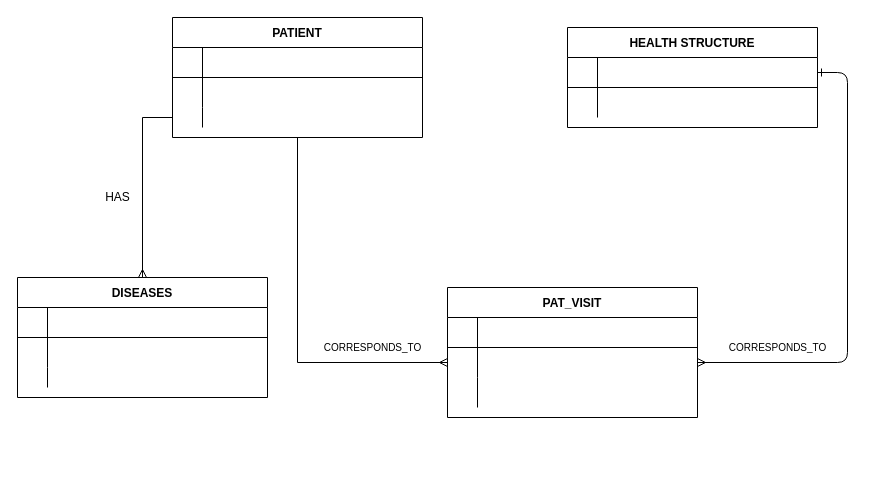
AndreasPatsimas/advent-of-code keeps this draw.io diagram as exercise.drawio. Above is the earlier version. Source tidied: cells renumbered, new cells numbered last; positions are measured from the earlier drawing's top-left corner, leaving out a move shared by most shapes. Both pictures are drawn from the tidied source at 100%, with x=0, y=0 at pixel (17, 17).
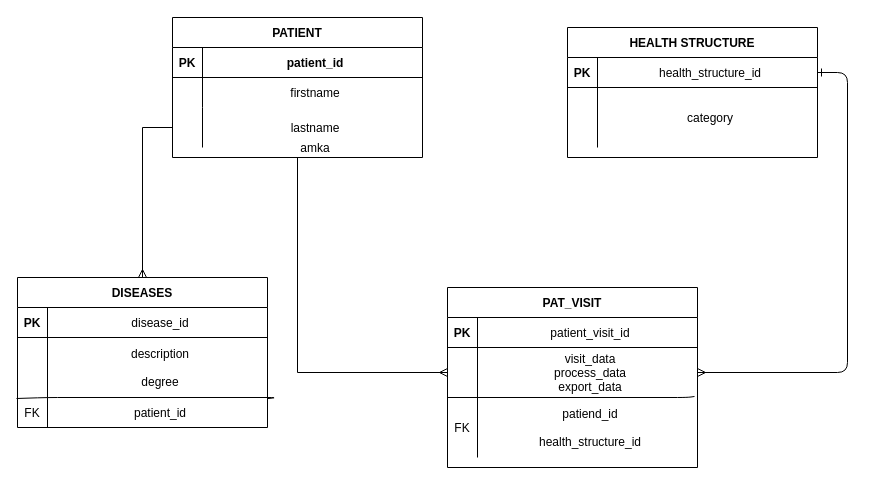
The same page after the edit.

Unchanged cells that the change refers to:
```xml
<mxCell id="4" style="shape=partialRectangle;fillColor=none;top=0;left=0;right=0;bottom=1;" parent="3" vertex="1">
  <mxGeometry y="30" width="250" height="30" as="geometry" />
</mxCell>
<mxCell id="15" style="shape=partialRectangle;fillColor=none;top=0;left=0;right=0;bottom=1;" parent="14" vertex="1">
  <mxGeometry y="30" width="250" height="30" as="geometry" />
</mxCell>
<mxCell id="18" style="shape=partialRectangle;fillColor=none;top=0;left=0;right=0;bottom=0;" parent="14" vertex="1">
  <mxGeometry y="60" width="250" height="30" as="geometry" />
</mxCell>
<mxCell id="25" style="shape=partialRectangle;fillColor=none;points=[[0,0.5],[1,0.5]];portConstraint=eastwest;top=0;left=0;right=0;bottom=1;" parent="24" vertex="1">
  <mxGeometry y="30" width="250" height="30" as="geometry" />
</mxCell>
<mxCell id="32" style="shape=partialRectangle;fillColor=none;top=0;left=0;right=0;bottom=1;" parent="31" vertex="1">
  <mxGeometry y="30" width="250" height="30" as="geometry" />
</mxCell>
```

The edit, as a diff of the source:
```diff
@@
     <mxCell id="3" value="PAT_VISIT" style="shape=table;startSize=30;childLayout=tableLayout;rowLines=0;fontStyle=1;align=center;" parent="1" vertex="1">
-      <mxGeometry x="430" y="270" width="250" height="130" as="geometry" />
+      <mxGeometry x="430" y="270" width="250" height="180" as="geometry" />
     </mxCell>
@@
-    <mxCell id="5" style="shape=partialRectangle;overflow=hidden;fillColor=none;top=0;left=0;bottom=0;right=0;fontStyle=1;" parent="4" vertex="1">
+    <mxCell id="5" value="PK" style="shape=partialRectangle;overflow=hidden;fillColor=none;top=0;left=0;bottom=0;right=0;fontStyle=1;" parent="4" vertex="1">
       <mxGeometry width="30" height="30" as="geometry" />
     </mxCell>
-    <mxCell id="6" style="shape=partialRectangle;overflow=hidden;fillColor=none;top=0;left=0;bottom=0;right=0;align=left;spacingLeft=6;fontStyle=5;" parent="4" vertex="1">
+    <mxCell id="6" value="patient_visit_id" style="shape=partialRectangle;overflow=hidden;fillColor=none;top=0;left=0;bottom=0;right=0;align=center;spacingLeft=6;fontStyle=0;" parent="4" vertex="1">
       <mxGeometry x="30" width="220" height="30" as="geometry" />
     </mxCell>
     <mxCell id="7" style="shape=partialRectangle;fillColor=none;points=[[0,0.5],[1,0.5]];portConstraint=eastwest;top=0;left=0;right=0;bottom=0;" parent="3" vertex="1">
-      <mxGeometry y="60" width="250" height="30" as="geometry" />
+      <mxGeometry y="60" width="250" height="50" as="geometry" />
     </mxCell>
     <mxCell id="8" style="shape=partialRectangle;overflow=hidden;fillColor=none;top=0;left=0;bottom=0;right=0;" parent="7" vertex="1">
-      <mxGeometry width="30" height="30" as="geometry" />
+      <mxGeometry width="30" height="50" as="geometry" />
     </mxCell>
-    <mxCell id="9" style="shape=partialRectangle;overflow=hidden;fillColor=none;top=0;left=0;bottom=0;right=0;align=left;spacingLeft=6;" parent="7" vertex="1">
-      <mxGeometry x="30" width="220" height="30" as="geometry" />
+    <mxCell id="9" value="visit_data&#10;process_data&#10;export_data" style="shape=partialRectangle;overflow=hidden;fillColor=none;top=0;left=0;bottom=0;right=0;align=center;spacingLeft=6;" parent="7" vertex="1">
+      <mxGeometry x="30" width="220" height="50" as="geometry" />
     </mxCell>
     <mxCell id="10" style="shape=partialRectangle;fillColor=none;points=[[0,0.5],[1,0.5]];portConstraint=eastwest;top=0;left=0;right=0;bottom=0;" parent="3" vertex="1">
-      <mxGeometry y="90" width="250" height="30" as="geometry" />
+      <mxGeometry y="110" width="250" height="60" as="geometry" />
     </mxCell>
-    <mxCell id="11" style="shape=partialRectangle;overflow=hidden;fillColor=none;top=0;left=0;bottom=0;right=0;" parent="10" vertex="1">
-      <mxGeometry width="30" height="30" as="geometry" />
+    <mxCell id="11" value="FK" style="shape=partialRectangle;overflow=hidden;fillColor=none;top=0;left=0;bottom=0;right=0;" parent="10" vertex="1">
+      <mxGeometry width="30" height="60" as="geometry" />
     </mxCell>
-    <mxCell id="12" style="shape=partialRectangle;overflow=hidden;fillColor=none;top=0;left=0;bottom=0;right=0;align=left;spacingLeft=6;" parent="10" vertex="1">
-      <mxGeometry x="30" width="220" height="30" as="geometry" />
+    <mxCell id="12" value="patiend_id&#10;&#10;health_structure_id" style="shape=partialRectangle;overflow=hidden;fillColor=none;top=0;left=0;bottom=0;right=0;align=center;spacingLeft=6;" parent="10" vertex="1">
+      <mxGeometry x="30" width="220" height="60" as="geometry" />
     </mxCell>
@@
     <mxCell id="14" value="PATIENT" style="shape=table;startSize=30;childLayout=tableLayout;rowLines=0;fontStyle=1;align=center;" parent="1" vertex="1">
-      <mxGeometry x="155" width="250" height="120" as="geometry" />
+      <mxGeometry x="155" width="250" height="140" as="geometry" />
     </mxCell>
@@
-    <mxCell id="16" style="shape=partialRectangle;overflow=hidden;fillColor=none;top=0;left=0;bottom=0;right=0;fontStyle=1;" parent="15" vertex="1">
+    <mxCell id="16" value="PK" style="shape=partialRectangle;overflow=hidden;fillColor=none;top=0;left=0;bottom=0;right=0;fontStyle=1;" parent="15" vertex="1">
       <mxGeometry width="30" height="30" as="geometry" />
     </mxCell>
-    <mxCell id="17" style="shape=partialRectangle;overflow=hidden;fillColor=none;top=0;left=0;bottom=0;right=0;align=left;spacingLeft=6;fontStyle=5;" parent="15" vertex="1">
+    <mxCell id="17" value="patient_id" style="shape=partialRectangle;overflow=hidden;fillColor=none;top=0;left=0;bottom=0;right=0;align=center;spacingLeft=6;fontStyle=1;" parent="15" vertex="1">
       <mxGeometry x="30" width="220" height="30" as="geometry" />
     </mxCell>
@@
-    <mxCell id="20" style="shape=partialRectangle;overflow=hidden;fillColor=none;top=0;left=0;bottom=0;right=0;align=left;spacingLeft=6;" parent="18" vertex="1">
+    <mxCell id="20" value="firstname" style="shape=partialRectangle;overflow=hidden;fillColor=none;top=0;left=0;bottom=0;right=0;align=center;spacingLeft=6;" parent="18" vertex="1">
       <mxGeometry x="30" width="220" height="30" as="geometry" />
     </mxCell>
     <mxCell id="21" style="shape=partialRectangle;fillColor=none;points=[[0,0.5],[1,0.5]];portConstraint=eastwest;top=0;left=0;right=0;bottom=0;" parent="14" vertex="1">
-      <mxGeometry y="90" width="250" height="20" as="geometry" />
+      <mxGeometry y="90" width="250" height="40" as="geometry" />
     </mxCell>
     <mxCell id="22" style="shape=partialRectangle;overflow=hidden;fillColor=none;top=0;left=0;bottom=0;right=0;" parent="21" vertex="1">
-      <mxGeometry width="30" height="20" as="geometry" />
+      <mxGeometry width="30" height="40" as="geometry" />
     </mxCell>
-    <mxCell id="23" style="shape=partialRectangle;overflow=hidden;fillColor=none;top=0;left=0;bottom=0;right=0;align=left;spacingLeft=6;" parent="21" vertex="1">
-      <mxGeometry x="30" width="220" height="20" as="geometry" />
+    <mxCell id="23" value="lastname" style="shape=partialRectangle;overflow=hidden;fillColor=none;top=0;left=0;bottom=0;right=0;align=center;spacingLeft=6;" parent="21" vertex="1">
+      <mxGeometry x="30" width="220" height="40" as="geometry" />
     </mxCell>
     <mxCell id="24" value="HEALTH STRUCTURE" style="shape=table;startSize=30;childLayout=tableLayout;rowLines=0;fontStyle=1;align=center;" parent="1" vertex="1">
-      <mxGeometry x="550" y="10" width="250" height="100" as="geometry" />
+      <mxGeometry x="550" y="10" width="250" height="130" as="geometry" />
     </mxCell>
@@
-    <mxCell id="26" style="shape=partialRectangle;overflow=hidden;fillColor=none;top=0;left=0;bottom=0;right=0;fontStyle=1;" parent="25" vertex="1">
+    <mxCell id="26" value="PK" style="shape=partialRectangle;overflow=hidden;fillColor=none;top=0;left=0;bottom=0;right=0;fontStyle=1;" parent="25" vertex="1">
       <mxGeometry width="30" height="30" as="geometry" />
     </mxCell>
-    <mxCell id="27" style="shape=partialRectangle;overflow=hidden;fillColor=none;top=0;left=0;bottom=0;right=0;align=left;spacingLeft=6;fontStyle=5;" parent="25" vertex="1">
+    <mxCell id="27" value="health_structure_id" style="shape=partialRectangle;overflow=hidden;fillColor=none;top=0;left=0;bottom=0;right=0;align=center;spacingLeft=6;fontStyle=0;" parent="25" vertex="1">
       <mxGeometry x="30" width="220" height="30" as="geometry" />
     </mxCell>
     <mxCell id="28" style="shape=partialRectangle;fillColor=none;top=0;left=0;right=0;bottom=0;" parent="24" vertex="1">
-      <mxGeometry y="60" width="250" height="30" as="geometry" />
+      <mxGeometry y="60" width="250" height="60" as="geometry" />
     </mxCell>
     <mxCell id="29" style="shape=partialRectangle;overflow=hidden;fillColor=none;top=0;left=0;bottom=0;right=0;" parent="28" vertex="1">
-      <mxGeometry width="30" height="30" as="geometry" />
+      <mxGeometry width="30" height="60" as="geometry" />
     </mxCell>
-    <mxCell id="30" style="shape=partialRectangle;overflow=hidden;fillColor=none;top=0;left=0;bottom=0;right=0;align=left;spacingLeft=6;" parent="28" vertex="1">
-      <mxGeometry x="30" width="220" height="30" as="geometry" />
+    <mxCell id="30" value="category" style="shape=partialRectangle;overflow=hidden;fillColor=none;top=0;left=0;bottom=0;right=0;align=center;spacingLeft=6;" parent="28" vertex="1">
+      <mxGeometry x="30" width="220" height="60" as="geometry" />
     </mxCell>
     <mxCell id="31" value="DISEASES" style="shape=table;startSize=30;childLayout=tableLayout;rowLines=0;fontStyle=1;align=center;" parent="1" vertex="1">
-      <mxGeometry y="260" width="250" height="120" as="geometry" />
+      <mxGeometry y="260" width="250" height="150" as="geometry" />
     </mxCell>
@@
-    <mxCell id="33" style="shape=partialRectangle;overflow=hidden;fillColor=none;top=0;left=0;bottom=0;right=0;fontStyle=1;" parent="32" vertex="1">
+    <mxCell id="33" value="PK" style="shape=partialRectangle;overflow=hidden;fillColor=none;top=0;left=0;bottom=0;right=0;fontStyle=1;" parent="32" vertex="1">
       <mxGeometry width="30" height="30" as="geometry" />
     </mxCell>
-    <mxCell id="34" style="shape=partialRectangle;overflow=hidden;fillColor=none;top=0;left=0;bottom=0;right=0;align=left;spacingLeft=6;fontStyle=5;" parent="32" vertex="1">
+    <mxCell id="34" value="disease_id" style="shape=partialRectangle;overflow=hidden;fillColor=none;top=0;left=0;bottom=0;right=0;align=center;spacingLeft=6;fontStyle=0;" parent="32" vertex="1">
       <mxGeometry x="30" width="220" height="30" as="geometry" />
     </mxCell>
     <mxCell id="35" style="shape=partialRectangle;fillColor=none;top=0;left=0;right=0;bottom=0;" parent="31" vertex="1">
-      <mxGeometry y="60" width="250" height="30" as="geometry" />
+      <mxGeometry y="60" width="250" height="60" as="geometry" />
     </mxCell>
     <mxCell id="36" style="shape=partialRectangle;overflow=hidden;fillColor=none;top=0;left=0;bottom=0;right=0;" parent="35" vertex="1">
-      <mxGeometry width="30" height="30" as="geometry" />
+      <mxGeometry width="30" height="60" as="geometry" />
     </mxCell>
-    <mxCell id="37" style="shape=partialRectangle;overflow=hidden;fillColor=none;top=0;left=0;bottom=0;right=0;align=left;spacingLeft=6;" parent="35" vertex="1">
-      <mxGeometry x="30" width="220" height="30" as="geometry" />
+    <mxCell id="37" value="description&#10;&#10;degree" style="shape=partialRectangle;overflow=hidden;fillColor=none;top=0;left=0;bottom=0;right=0;align=center;spacingLeft=6;" parent="35" vertex="1">
+      <mxGeometry x="30" width="220" height="60" as="geometry" />
     </mxCell>
     <mxCell id="38" style="shape=partialRectangle;fillColor=none;points=[[0,0.5],[1,0.5]];portConstraint=eastwest;top=0;left=0;right=0;bottom=0;" parent="31" vertex="1">
-      <mxGeometry y="90" width="250" height="20" as="geometry" />
+      <mxGeometry y="120" width="250" height="30" as="geometry" />
     </mxCell>
-    <mxCell id="39" style="shape=partialRectangle;overflow=hidden;fillColor=none;top=0;left=0;bottom=0;right=0;" parent="38" vertex="1">
-      <mxGeometry width="30" height="20" as="geometry" />
+    <mxCell id="39" value="FK" style="shape=partialRectangle;overflow=hidden;fillColor=none;top=0;left=0;bottom=0;right=0;" parent="38" vertex="1">
+      <mxGeometry width="30" height="30" as="geometry" />
     </mxCell>
-    <mxCell id="40" style="shape=partialRectangle;overflow=hidden;fillColor=none;top=0;left=0;bottom=0;right=0;align=left;spacingLeft=6;" parent="38" vertex="1">
-      <mxGeometry x="30" width="220" height="20" as="geometry" />
+    <mxCell id="40" value="patient_id" style="shape=partialRectangle;overflow=hidden;fillColor=none;top=0;left=0;bottom=0;right=0;align=center;spacingLeft=6;" parent="38" vertex="1">
+      <mxGeometry x="30" width="220" height="30" as="geometry" />
     </mxCell>
+    <mxCell id="45" style="endArrow=none;html=1;" parent="31" edge="1" target="38">
+      <mxGeometry relative="1" as="geometry">
+        <mxPoint x="-1" y="121" as="sourcePoint" />
+        <Array as="points">
+          <mxPoint x="30" y="120" />
+          <mxPoint x="260" y="120" />
+        </Array>
+      </mxGeometry>
+    </mxCell>
@@
-    <mxCell id="42" value="&lt;font style=&quot;font-size: 10px&quot;&gt;CORRESPONDS_TO&lt;/font&gt;" style="text;html=1;align=center;verticalAlign=middle;" parent="1" vertex="1">
-      <mxGeometry x="705" y="320" width="110" height="20" as="geometry" />
-    </mxCell>
-    <mxCell id="43" value="&lt;font style=&quot;font-size: 10px&quot;&gt;CORRESPONDS_TO&lt;/font&gt;" style="text;html=1;align=center;verticalAlign=middle;" parent="1" vertex="1">
-      <mxGeometry x="300" y="320" width="110" height="20" as="geometry" />
-    </mxCell>
-    <mxCell id="44" value="HAS" style="text;html=1;align=center;verticalAlign=middle;" parent="1" vertex="1">
-      <mxGeometry x="80" y="170" width="40" height="20" as="geometry" />
-    </mxCell>
+    <mxCell id="46" value="amka" style="shape=partialRectangle;overflow=hidden;fillColor=none;top=0;left=0;bottom=0;right=0;align=center;spacingLeft=6;" parent="1" vertex="1">
+      <mxGeometry x="185" y="90" width="220" height="80" as="geometry" />
+    </mxCell>
+    <mxCell id="47" style="endArrow=none;html=1;entryX=0.988;entryY=-0.017;entryDx=0;entryDy=0;entryPerimeter=0;" parent="1" edge="1" target="10">
+      <mxGeometry relative="1" as="geometry">
+        <mxPoint x="430" y="380" as="sourcePoint" />
+        <Array as="points">
+          <mxPoint x="670" y="380" />
+        </Array>
+      </mxGeometry>
+    </mxCell>
```
